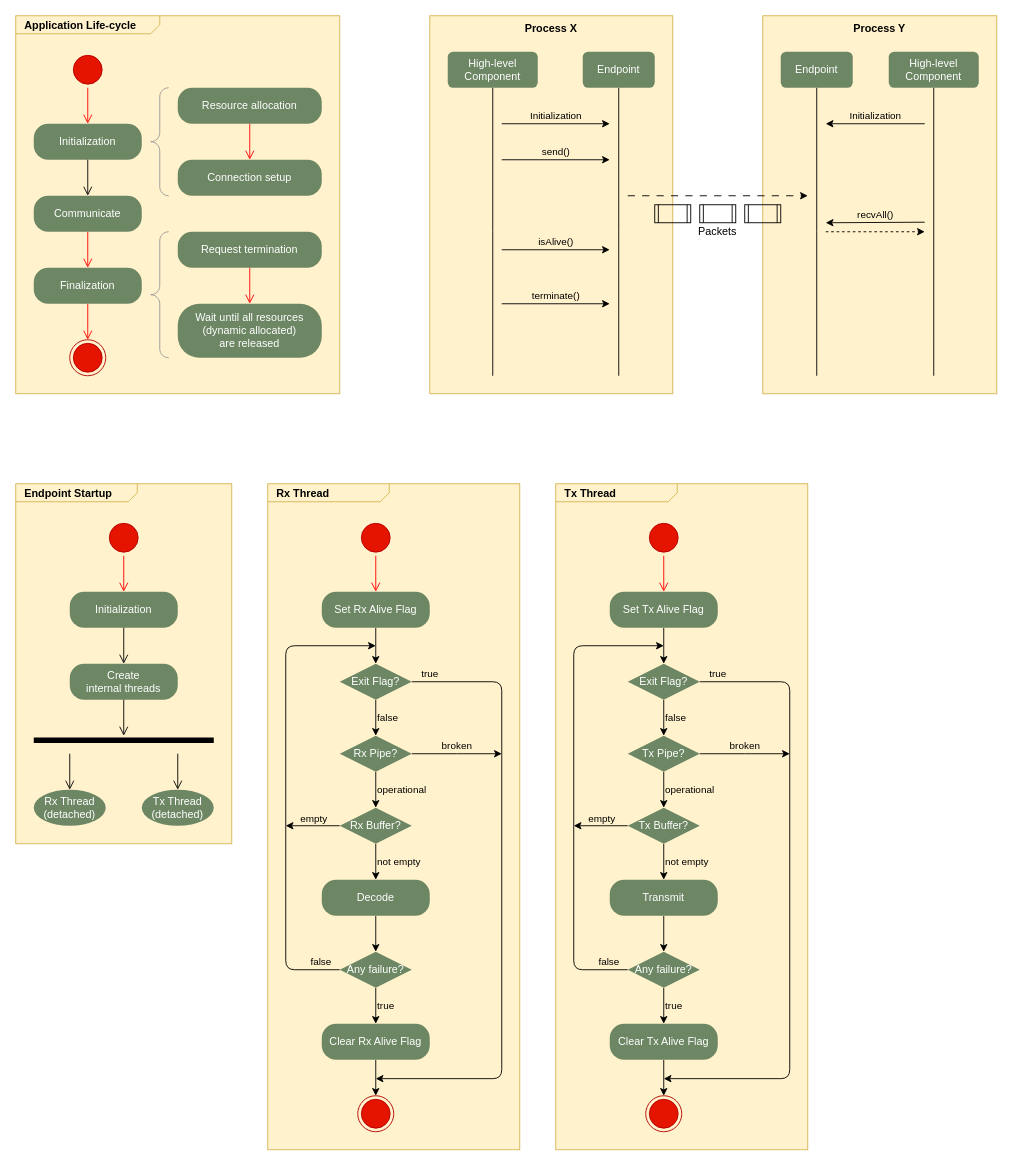
lehoang318/communication keeps this draw.io diagram as page "behaviors" (2 of 5) of docs/design.drawio. Above is the earlier version. Source tidied: cells renumbered, new cells numbered last; positions are measured from the earlier drawing's top-left corner, leaving out a move shared by most shapes. Both pictures are drawn from the tidied source at 90%, with x=0, y=0 at pixel (15, 15).
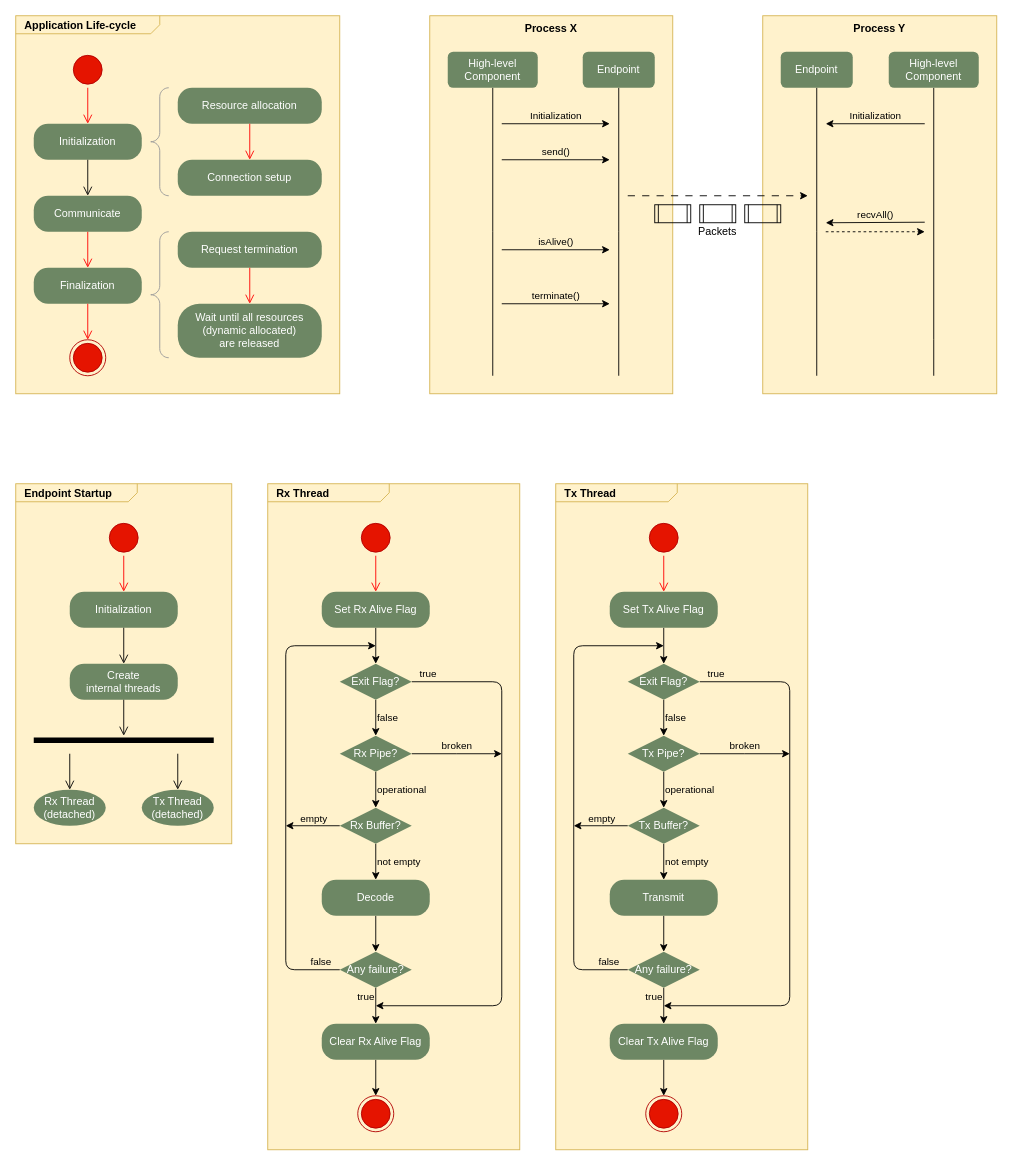
The same diagram, later.

Unchanged cells that the change refers to:
```xml
<mxCell id="41" value="Exit Flag?" style="rhombus;whiteSpace=wrap;html=1;fillColor=#6d8764;fontColor=#ffffff;strokeColor=none;" parent="1" vertex="1">
  <mxGeometry x="360" y="720" width="80" height="40" as="geometry" />
</mxCell>
<mxCell id="50" value="Any failure?" style="rhombus;whiteSpace=wrap;html=1;fillColor=#6d8764;fontColor=#ffffff;strokeColor=none;" parent="1" vertex="1">
  <mxGeometry x="360" y="1040" width="80" height="40" as="geometry" />
</mxCell>
<mxCell id="54" value="Clear Rx Alive Flag" style="rounded=1;whiteSpace=wrap;html=1;arcSize=40;fontColor=#ffffff;fillColor=#6d8764;strokeColor=none;" parent="1" vertex="1">
  <mxGeometry x="340" y="1120" width="120" height="40" as="geometry" />
</mxCell>
<mxCell id="62" value="Exit Flag?" style="rhombus;whiteSpace=wrap;html=1;fillColor=#6d8764;fontColor=#ffffff;strokeColor=none;" parent="1" vertex="1">
  <mxGeometry x="680" y="720" width="80" height="40" as="geometry" />
</mxCell>
<mxCell id="71" value="Any failure?" style="rhombus;whiteSpace=wrap;html=1;fillColor=#6d8764;fontColor=#ffffff;strokeColor=none;" parent="1" vertex="1">
  <mxGeometry x="680" y="1040" width="80" height="40" as="geometry" />
</mxCell>
<mxCell id="75" value="Clear Tx Alive Flag" style="rounded=1;whiteSpace=wrap;html=1;arcSize=40;fontColor=#ffffff;fillColor=#6d8764;strokeColor=none;" parent="1" vertex="1">
  <mxGeometry x="660" y="1120" width="120" height="40" as="geometry" />
</mxCell>
```

The edit, as a diff of the source:
```diff
@@
     <mxCell id="40" value="true" style="edgeStyle=orthogonalEdgeStyle;rounded=1;jettySize=auto;html=1;curved=0;labelBackgroundColor=none;verticalAlign=bottom;" parent="1" edge="1" source="41">
       <mxGeometry x="-0.94" relative="1" as="geometry">
-        <mxPoint x="400" y="1181" as="targetPoint" />
+        <mxPoint x="400" y="1100" as="targetPoint" />
         <Array as="points">
           <mxPoint x="540" y="740" />
-          <mxPoint x="540" y="1181" />
+          <mxPoint x="540" y="1100" />
         </Array>
       </mxGeometry>
     </mxCell>
@@
-    <mxCell id="49" value="true" style="rounded=0;jettySize=auto;html=1;entryX=0.5;entryY=0;entryDx=0;entryDy=0;labelBackgroundColor=none;align=left;" parent="1" edge="1" source="50" target="54">
-      <mxGeometry relative="1" as="geometry" />
+    <mxCell id="49" value="true" style="rounded=0;jettySize=auto;html=1;entryX=0.5;entryY=0;entryDx=0;entryDy=0;labelBackgroundColor=none;align=right;" parent="1" edge="1" source="50" target="54">
+      <mxGeometry x="-0.5" relative="1" as="geometry" />
     </mxCell>
@@
     <mxCell id="61" value="true" style="edgeStyle=orthogonalEdgeStyle;rounded=1;jettySize=auto;html=1;curved=0;labelBackgroundColor=none;verticalAlign=bottom;" parent="1" edge="1" source="62">
       <mxGeometry x="-0.94" relative="1" as="geometry">
-        <mxPoint x="720" y="1181" as="targetPoint" />
+        <mxPoint x="720" y="1100" as="targetPoint" />
         <Array as="points">
           <mxPoint x="860" y="740" />
-          <mxPoint x="860" y="1181" />
+          <mxPoint x="860" y="1100" />
         </Array>
       </mxGeometry>
     </mxCell>
@@
-    <mxCell id="70" value="true" style="rounded=0;jettySize=auto;html=1;entryX=0.5;entryY=0;entryDx=0;entryDy=0;labelBackgroundColor=none;align=left;" parent="1" edge="1" source="71" target="75">
-      <mxGeometry relative="1" as="geometry" />
+    <mxCell id="70" value="true" style="rounded=0;jettySize=auto;html=1;entryX=0.5;entryY=0;entryDx=0;entryDy=0;labelBackgroundColor=none;align=right;" parent="1" edge="1" source="71" target="75">
+      <mxGeometry x="-0.5" relative="1" as="geometry" />
     </mxCell>
```
